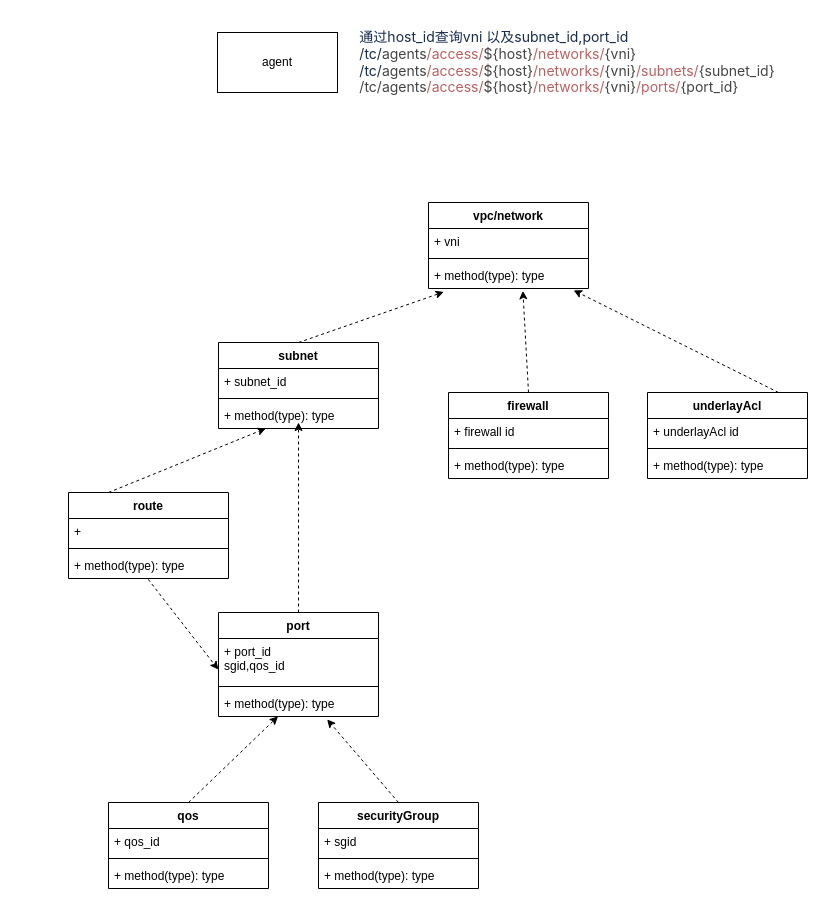
The draw.io diagram 资源依赖梳理.drawio in cola1998/CSDN-, before the edit. Source tidied: cells renumbered, new cells numbered last; positions are measured from the earlier drawing's top-left corner, leaving out a move shared by most shapes. Both pictures are drawn from the tidied source at 100%, with x=0, y=0 at pixel (68, 17).
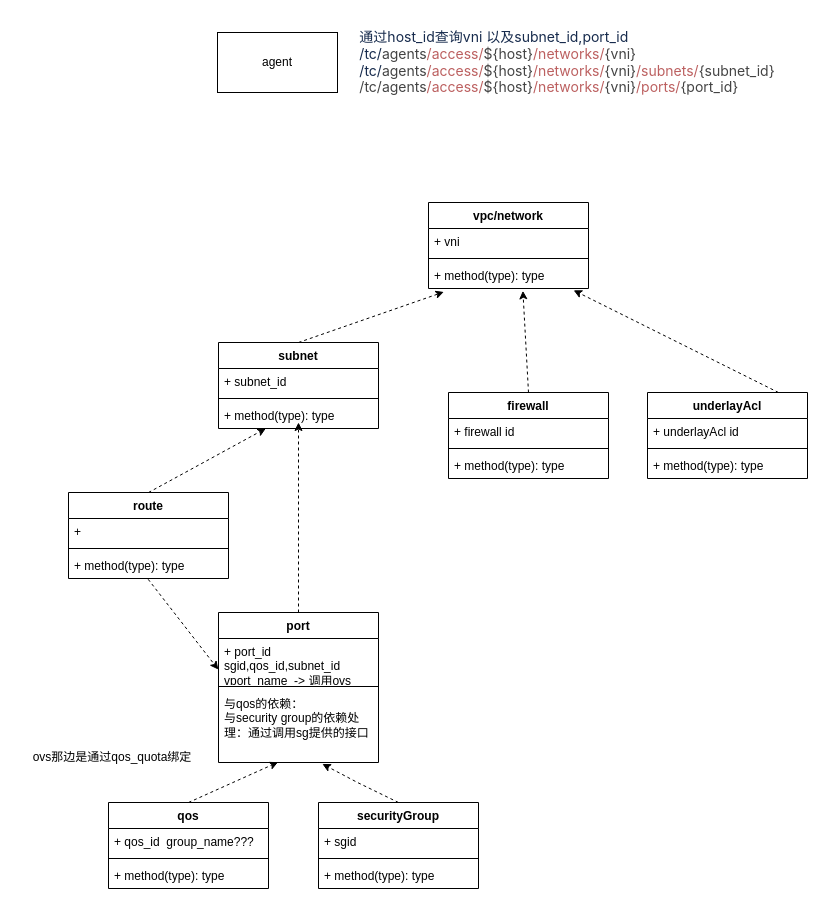
After the change.

Commit message:
更新资源依赖梳理.drawio

The change refers to these unchanged cells:
```xml
<mxCell id="12" value="+ method(type): type" style="text;strokeColor=none;fillColor=none;align=left;verticalAlign=top;spacingLeft=4;spacingRight=4;overflow=hidden;points=[[0,0.5],[1,0.5]];portConstraint=eastwest;whiteSpace=wrap;html=1;" parent="9" vertex="1">
  <mxGeometry y="60" width="160" height="26" as="geometry" />
</mxCell>
<mxCell id="18" value="qos" style="swimlane;fontStyle=1;align=center;verticalAlign=top;horizontal=1;startSize=26;whiteSpace=wrap;html=1;" parent="1" vertex="1">
  <mxGeometry x="40" y="785" width="160" height="86" as="geometry" />
</mxCell>
<mxCell id="23" value="securityGroup" style="swimlane;fontStyle=1;align=center;verticalAlign=top;horizontal=1;startSize=26;whiteSpace=wrap;html=1;" parent="1" vertex="1">
  <mxGeometry x="250" y="785" width="160" height="86" as="geometry" />
</mxCell>
<mxCell id="28" value="route" style="swimlane;fontStyle=1;align=center;verticalAlign=top;horizontal=1;startSize=26;whiteSpace=wrap;html=1;" parent="1" vertex="1">
  <mxGeometry y="475" width="160" height="86" as="geometry" />
</mxCell>
```

Diff of the diagram source:
```diff
@@
     <mxCell id="13" value="port" style="swimlane;fontStyle=1;align=center;verticalAlign=top;horizontal=1;startSize=26;whiteSpace=wrap;html=1;" parent="1" vertex="1">
-      <mxGeometry x="150" y="595" width="160" height="104" as="geometry" />
+      <mxGeometry x="150" y="595" width="160" height="150" as="geometry" />
     </mxCell>
-    <mxCell id="14" value="+ port_id&lt;br&gt;sgid,qos_id" style="text;strokeColor=none;fillColor=none;align=left;verticalAlign=top;spacingLeft=4;spacingRight=4;overflow=hidden;points=[[0,0.5],[1,0.5]];portConstraint=eastwest;whiteSpace=wrap;html=1;" parent="13" vertex="1">
+    <mxCell id="14" value="+ port_id&lt;br&gt;sgid,qos_id,subnet_id&lt;br&gt;vport_name&amp;nbsp; -&amp;gt; 调用ovs" style="text;strokeColor=none;fillColor=none;align=left;verticalAlign=top;spacingLeft=4;spacingRight=4;overflow=hidden;points=[[0,0.5],[1,0.5]];portConstraint=eastwest;whiteSpace=wrap;html=1;" parent="13" vertex="1">
       <mxGeometry y="26" width="160" height="44" as="geometry" />
     </mxCell>
@@
-    <mxCell id="16" value="+ method(type): type" style="text;strokeColor=none;fillColor=none;align=left;verticalAlign=top;spacingLeft=4;spacingRight=4;overflow=hidden;points=[[0,0.5],[1,0.5]];portConstraint=eastwest;whiteSpace=wrap;html=1;" parent="13" vertex="1">
-      <mxGeometry y="78" width="160" height="26" as="geometry" />
+    <mxCell id="16" value="与qos的依赖：&lt;br&gt;与security group的依赖处理：通过调用sg提供的接口" style="text;strokeColor=none;fillColor=none;align=left;verticalAlign=top;spacingLeft=4;spacingRight=4;overflow=hidden;points=[[0,0.5],[1,0.5]];portConstraint=eastwest;whiteSpace=wrap;html=1;" parent="13" vertex="1">
+      <mxGeometry y="78" width="160" height="72" as="geometry" />
     </mxCell>
@@
-    <mxCell id="19" value="+ qos_id" style="text;strokeColor=none;fillColor=none;align=left;verticalAlign=top;spacingLeft=4;spacingRight=4;overflow=hidden;whiteSpace=wrap;html=1;" parent="18" vertex="1">
+    <mxCell id="19" value="+ qos_id&amp;nbsp; group_name???" style="text;strokeColor=none;fillColor=none;align=left;verticalAlign=top;spacingLeft=4;spacingRight=4;overflow=hidden;whiteSpace=wrap;html=1;" parent="18" vertex="1">
       <mxGeometry y="26" width="160" height="26" as="geometry" />
     </mxCell>
@@
-    <mxCell id="27" style="endArrow=classic;html=1;rounded=0;dashed=1;exitX=0.5;exitY=0;exitDx=0;exitDy=0;entryX=0.679;entryY=1.112;entryDx=0;entryDy=0;entryPerimeter=0;" parent="1" edge="1" source="23" target="16">
-      <mxGeometry relative="1" as="geometry" />
+    <mxCell id="27" style="endArrow=classic;html=1;rounded=0;dashed=1;exitX=0.5;exitY=0;exitDx=0;exitDy=0;entryX=0.649;entryY=1.02;entryDx=0;entryDy=0;entryPerimeter=0;" parent="1" edge="1" source="23" target="16">
+      <mxGeometry relative="1" as="geometry">
+        <Array as="points">
+          <mxPoint x="289" y="765" />
+        </Array>
+      </mxGeometry>
     </mxCell>
@@
-    <mxCell id="32" style="endArrow=classic;html=1;rounded=0;dashed=1;exitX=0.25;exitY=0;exitDx=0;exitDy=0;entryX=0.296;entryY=0.998;entryDx=0;entryDy=0;entryPerimeter=0;" parent="1" edge="1" source="28" target="12">
+    <mxCell id="32" style="endArrow=classic;html=1;rounded=0;dashed=1;exitX=0.5;exitY=0;exitDx=0;exitDy=0;entryX=0.296;entryY=0.998;entryDx=0;entryDy=0;entryPerimeter=0;" parent="1" edge="1" source="28" target="12">
       <mxGeometry relative="1" as="geometry" />
     </mxCell>
@@
+    <mxCell id="44" value="ovs那边是通过qos_quota绑定" style="text;html=1;strokeColor=none;fillColor=none;align=center;verticalAlign=middle;whiteSpace=wrap;rounded=0;" parent="1" vertex="1">
+      <mxGeometry x="-51" y="725" width="190" height="30" as="geometry" />
+    </mxCell>
```
